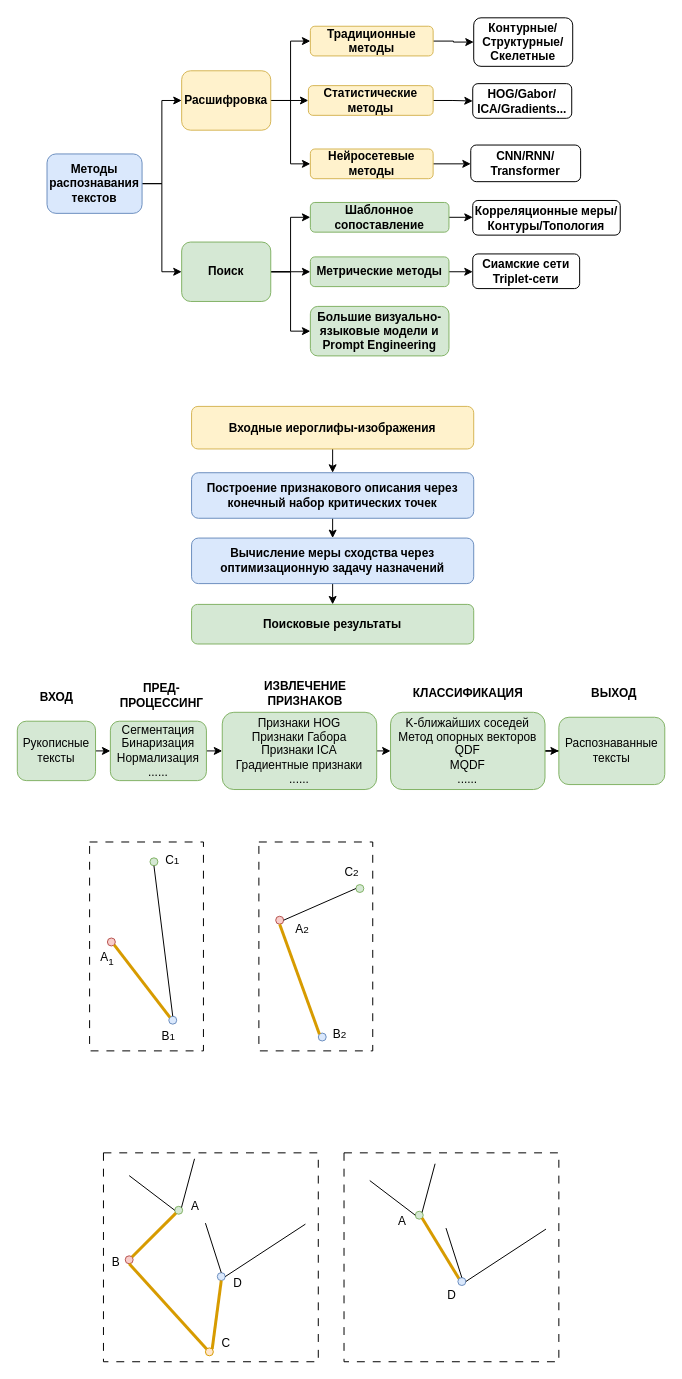
Above: images/pics.drawio in mmmiiinnnggg/dissertation (draw.io), before the change. Source tidied: cells renumbered, new cells numbered last; positions are measured from the earlier drawing's top-left corner, leaving out a move shared by most shapes. Both pictures are drawn from the tidied source at 99%, with x=0, y=0 at pixel (17, 17).
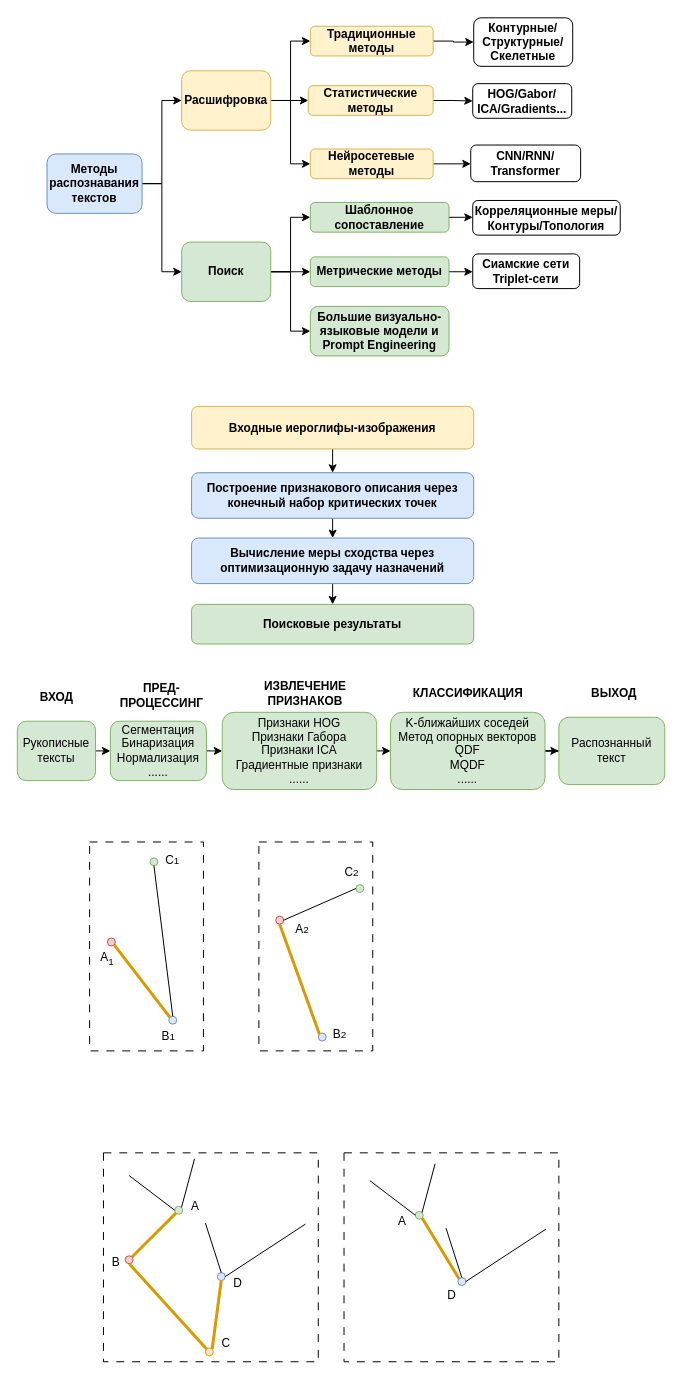
The same diagram, later.

Change to the diagram source:
```diff
@@
-    <mxCell id="48" value="&lt;span style=&quot;font-weight: 400;&quot;&gt;Распознаванные&lt;/span&gt;&lt;div&gt;&lt;span style=&quot;font-weight: 400;&quot;&gt;тексты&lt;/span&gt;&lt;/div&gt;" style="rounded=1;whiteSpace=wrap;html=1;fontStyle=1;fillColor=#d5e8d4;strokeColor=#82b366;" parent="1" vertex="1">
+    <mxCell id="48" value="&lt;span style=&quot;font-weight: 400;&quot;&gt;Распознанный&lt;/span&gt;&lt;div&gt;&lt;span style=&quot;font-weight: 400;&quot;&gt;текст&lt;/span&gt;&lt;/div&gt;" style="rounded=1;whiteSpace=wrap;html=1;fontStyle=1;fillColor=#d5e8d4;strokeColor=#82b366;" parent="1" vertex="1">
       <mxGeometry x="547" y="707" width="107" height="68" as="geometry" />
     </mxCell>
```
